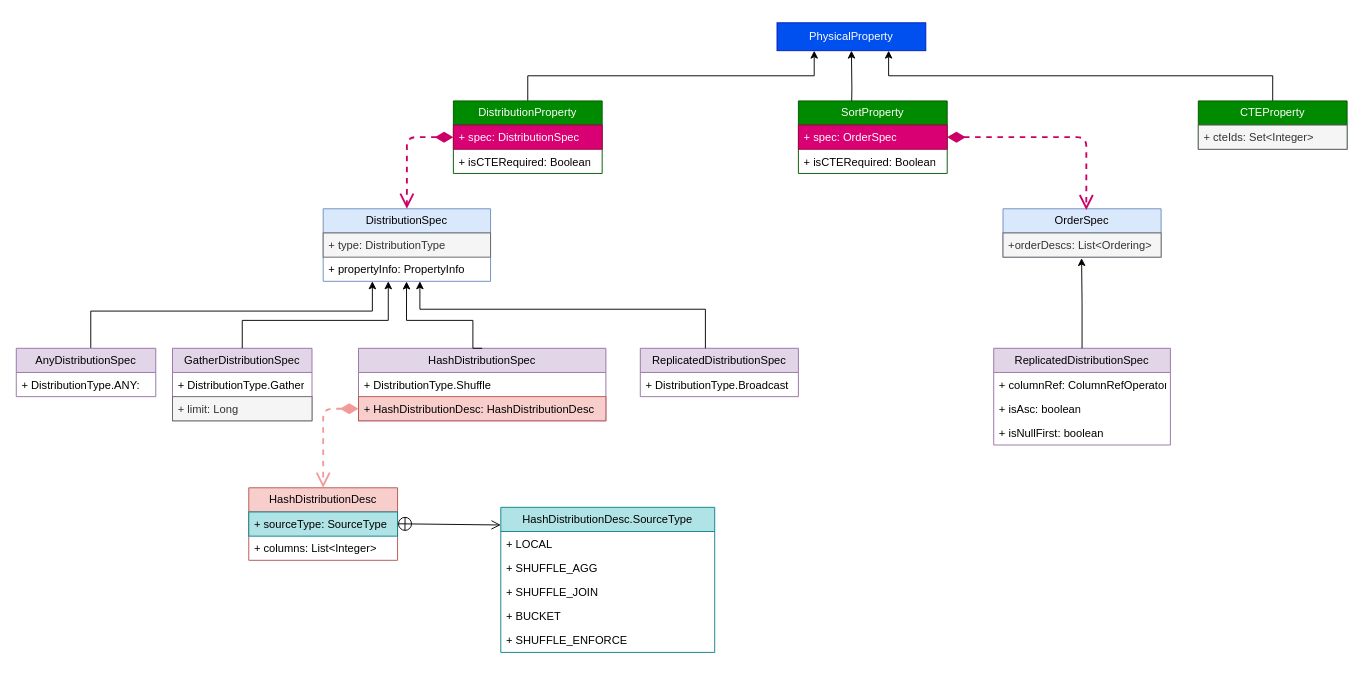
The draw.io diagram StarRocks/CBO/DistributionSpec.drawio in szza/szza.github.io.images, before the edit. Source tidied: cells renumbered, new cells numbered last; positions are measured from the earlier drawing's top-left corner, leaving out a move shared by most shapes. Both pictures are drawn from the tidied source at 93%, with x=0, y=0 at pixel (16, 22).
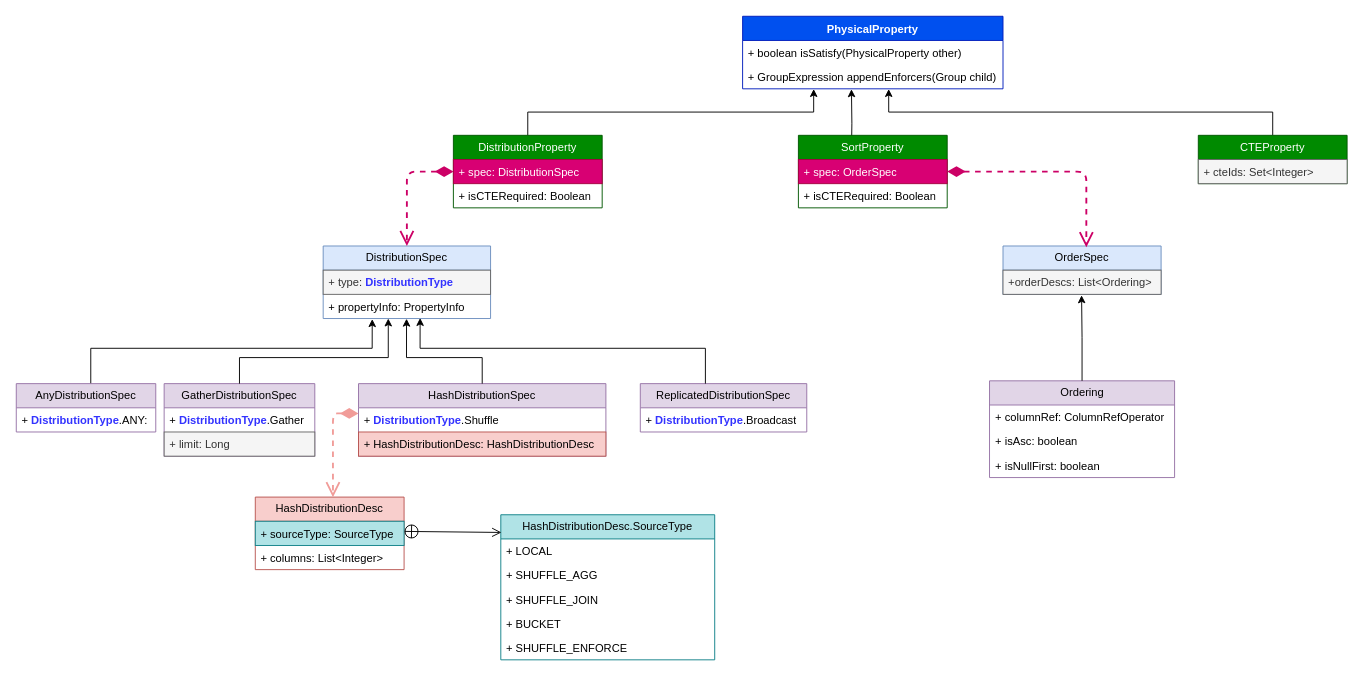
The same page after the edit.

Unchanged cells that the change refers to:
```xml
<mxCell id="12" value="+ HashDistributionDesc:&amp;nbsp;HashDistributionDesc" style="text;strokeColor=#b85450;fillColor=#f8cecc;align=left;verticalAlign=top;spacingLeft=4;spacingRight=4;overflow=hidden;points=[[0,0.5],[1,0.5]];portConstraint=eastwest;whiteSpace=wrap;html=1;" parent="10" vertex="1">
  <mxGeometry y="52" width="266" height="26" as="geometry" />
</mxCell>
<mxCell id="20" value="+ sourceType: SourceType" style="text;strokeColor=#0e8088;fillColor=#b0e3e6;align=left;verticalAlign=top;spacingLeft=4;spacingRight=4;overflow=hidden;points=[[0,0.5],[1,0.5]];portConstraint=eastwest;whiteSpace=wrap;html=1;" parent="19" vertex="1">
  <mxGeometry y="26" width="160" height="26" as="geometry" />
</mxCell>
```

Diff of the diagram source:
```diff
@@
     <mxCell id="2" value="DistributionSpec" style="swimlane;fontStyle=0;horizontal=1;startSize=26;fillColor=#dae8fc;whiteSpace=wrap;html=1;strokeColor=#6c8ebf;" parent="1" vertex="1">
-      <mxGeometry x="330" y="200" width="180" height="78" as="geometry" />
+      <mxGeometry x="330" y="240" width="180" height="78" as="geometry" />
     </mxCell>
-    <mxCell id="3" value="+ type:&amp;nbsp;DistributionType" style="text;strokeColor=#666666;fillColor=#f5f5f5;align=left;verticalAlign=top;spacingLeft=4;spacingRight=4;overflow=hidden;whiteSpace=wrap;html=1;fontColor=#333333;" parent="2" vertex="1">
+    <mxCell id="3" value="+ type:&amp;nbsp;&lt;b style=&quot;border-color: var(--border-color); color: rgb(0, 0, 0);&quot;&gt;&lt;font style=&quot;border-color: var(--border-color);&quot; color=&quot;#3333ff&quot;&gt;DistributionType&lt;/font&gt;&lt;/b&gt;" style="text;strokeColor=#666666;fillColor=#f5f5f5;align=left;verticalAlign=top;spacingLeft=4;spacingRight=4;overflow=hidden;whiteSpace=wrap;html=1;fontColor=#333333;" parent="2" vertex="1">
       <mxGeometry y="26" width="180" height="26" as="geometry" />
     </mxCell>
-    <mxCell id="4" value="+ propertyInfo: PropertyInfo" style="text;strokeColor=none;fillColor=none;align=left;verticalAlign=top;spacingLeft=4;spacingRight=4;overflow=hidden;points=[[0,0.5],[1,0.5]];portConstraint=eastwest;whiteSpace=wrap;html=1;" parent="2" vertex="1">
+    <mxCell id="4" value="+ propertyInfo: PropertyInfo" style="text;align=left;verticalAlign=top;spacingLeft=4;spacingRight=4;overflow=hidden;points=[[0,0.5],[1,0.5]];portConstraint=eastwest;whiteSpace=wrap;html=1;" parent="2" vertex="1">
       <mxGeometry y="52" width="180" height="26" as="geometry" />
     </mxCell>
     <mxCell id="5" value="AnyDistributionSpec" style="swimlane;fontStyle=0;horizontal=1;startSize=26;fillColor=#e1d5e7;whiteSpace=wrap;html=1;strokeColor=#9673a6;" parent="1" vertex="1">
-      <mxGeometry y="350" width="150" height="52" as="geometry" />
+      <mxGeometry y="388" width="150" height="52" as="geometry" />
     </mxCell>
-    <mxCell id="6" value="+ DistributionType.ANY&lt;span style=&quot;background-color: initial;&quot;&gt;:&lt;/span&gt;" style="text;strokeColor=none;fillColor=none;align=left;verticalAlign=top;spacingLeft=4;spacingRight=4;overflow=hidden;whiteSpace=wrap;html=1;" parent="5" vertex="1">
+    <mxCell id="6" value="+ &lt;b&gt;&lt;font color=&quot;#3333ff&quot;&gt;DistributionType&lt;/font&gt;&lt;/b&gt;.ANY&lt;span style=&quot;background-color: initial;&quot;&gt;:&lt;/span&gt;" style="text;strokeColor=none;fillColor=none;align=left;verticalAlign=top;spacingLeft=4;spacingRight=4;overflow=hidden;whiteSpace=wrap;html=1;" parent="5" vertex="1">
       <mxGeometry y="26" width="150" height="26" as="geometry" />
     </mxCell>
     <mxCell id="7" value="GatherDistributionSpec" style="swimlane;fontStyle=0;horizontal=1;startSize=26;fillColor=#e1d5e7;whiteSpace=wrap;html=1;strokeColor=#9673a6;" parent="1" vertex="1">
-      <mxGeometry x="168" y="350" width="150" height="78" as="geometry" />
+      <mxGeometry x="159" y="388" width="162" height="78" as="geometry" />
     </mxCell>
-    <mxCell id="8" value="+ DistributionType.Gather" style="text;strokeColor=none;fillColor=none;align=left;verticalAlign=top;spacingLeft=4;spacingRight=4;overflow=hidden;whiteSpace=wrap;html=1;" parent="7" vertex="1">
-      <mxGeometry y="26" width="150" height="26" as="geometry" />
+    <mxCell id="8" value="+&amp;nbsp;&lt;b style=&quot;border-color: var(--border-color);&quot;&gt;&lt;font style=&quot;border-color: var(--border-color);&quot; color=&quot;#3333ff&quot;&gt;DistributionType&lt;/font&gt;&lt;/b&gt;.Gather" style="text;strokeColor=none;fillColor=none;align=left;verticalAlign=top;spacingLeft=4;spacingRight=4;overflow=hidden;whiteSpace=wrap;html=1;" parent="7" vertex="1">
+      <mxGeometry y="26" width="162" height="26" as="geometry" />
     </mxCell>
     <mxCell id="9" value="+ limit: Long" style="text;strokeColor=#666666;fillColor=#f5f5f5;align=left;verticalAlign=top;spacingLeft=4;spacingRight=4;overflow=hidden;whiteSpace=wrap;html=1;fontColor=#333333;" parent="7" vertex="1">
-      <mxGeometry y="52" width="150" height="26" as="geometry" />
+      <mxGeometry y="52" width="162" height="26" as="geometry" />
     </mxCell>
     <mxCell id="10" value="HashDistributionSpec" style="swimlane;fontStyle=0;horizontal=1;startSize=26;fillColor=#e1d5e7;whiteSpace=wrap;html=1;strokeColor=#9673a6;" parent="1" vertex="1">
-      <mxGeometry x="368" y="350" width="266" height="78" as="geometry" />
+      <mxGeometry x="368" y="388" width="266" height="78" as="geometry" />
     </mxCell>
-    <mxCell id="11" value="+ DistributionType.Shuffle" style="text;strokeColor=none;fillColor=none;align=left;verticalAlign=top;spacingLeft=4;spacingRight=4;overflow=hidden;points=[[0,0.5],[1,0.5]];portConstraint=eastwest;whiteSpace=wrap;html=1;" parent="10" vertex="1">
+    <mxCell id="11" value="+&amp;nbsp;&lt;b style=&quot;border-color: var(--border-color);&quot;&gt;&lt;font style=&quot;border-color: var(--border-color);&quot; color=&quot;#3333ff&quot;&gt;DistributionType&lt;/font&gt;&lt;/b&gt;.Shuffle" style="text;strokeColor=none;fillColor=none;align=left;verticalAlign=top;spacingLeft=4;spacingRight=4;overflow=hidden;points=[[0,0.5],[1,0.5]];portConstraint=eastwest;whiteSpace=wrap;html=1;" parent="10" vertex="1">
       <mxGeometry y="26" width="266" height="26" as="geometry" />
     </mxCell>
@@
     <mxCell id="13" value="ReplicatedDistributionSpec" style="swimlane;fontStyle=0;horizontal=1;startSize=26;fillColor=#e1d5e7;whiteSpace=wrap;html=1;strokeColor=#9673a6;" parent="1" vertex="1">
-      <mxGeometry x="671" y="350" width="170" height="52" as="geometry" />
+      <mxGeometry x="671" y="388" width="179" height="52" as="geometry" />
     </mxCell>
-    <mxCell id="14" value="+ DistributionType.Broadcast" style="text;strokeColor=none;fillColor=none;align=left;verticalAlign=top;spacingLeft=4;spacingRight=4;overflow=hidden;whiteSpace=wrap;html=1;" parent="13" vertex="1">
-      <mxGeometry y="26" width="170" height="26" as="geometry" />
+    <mxCell id="14" value="+&amp;nbsp;&lt;b style=&quot;border-color: var(--border-color);&quot;&gt;&lt;font style=&quot;border-color: var(--border-color);&quot; color=&quot;#3333ff&quot;&gt;DistributionType&lt;/font&gt;&lt;/b&gt;.Broadcast" style="text;strokeColor=none;fillColor=none;align=left;verticalAlign=top;spacingLeft=4;spacingRight=4;overflow=hidden;whiteSpace=wrap;html=1;" parent="13" vertex="1">
+      <mxGeometry y="26" width="179" height="26" as="geometry" />
     </mxCell>
-    <mxCell id="15" style="edgeStyle=orthogonalEdgeStyle;rounded=0;jettySize=auto;html=1;exitX=0.534;exitY=-0.009;exitDx=0;exitDy=0;entryX=0.433;entryY=1.013;entryDx=0;entryDy=0;entryPerimeter=0;exitPerimeter=0;" parent="1" edge="1" source="5">
+    <mxCell id="15" style="edgeStyle=orthogonalEdgeStyle;rounded=0;jettySize=auto;html=1;exitX=0.534;exitY=-0.009;exitDx=0;exitDy=0;exitPerimeter=0;entryX=0.293;entryY=1.025;entryDx=0;entryDy=0;entryPerimeter=0;" parent="1" edge="1" source="5" target="4">
       <mxGeometry relative="1" as="geometry">
-        <mxPoint x="382.9" y="278" as="targetPoint" />
         <Array as="points">
-          <mxPoint x="80" y="310" />
-          <mxPoint x="383" y="310" />
+          <mxPoint x="80" y="350" />
+          <mxPoint x="383" y="350" />
         </Array>
       </mxGeometry>
     </mxCell>
     <mxCell id="16" style="edgeStyle=orthogonalEdgeStyle;rounded=0;jettySize=auto;html=1;exitX=0.5;exitY=0;exitDx=0;exitDy=0;" parent="1" edge="1" source="7" target="4">
       <mxGeometry relative="1" as="geometry">
         <Array as="points">
-          <mxPoint x="243" y="320" />
-          <mxPoint x="400" y="320" />
+          <mxPoint x="240" y="360" />
+          <mxPoint x="400" y="360" />
         </Array>
       </mxGeometry>
     </mxCell>
     <mxCell id="17" style="edgeStyle=orthogonalEdgeStyle;rounded=0;jettySize=auto;html=1;exitX=0.5;exitY=0;exitDx=0;exitDy=0;entryX=0.498;entryY=1.008;entryDx=0;entryDy=0;entryPerimeter=0;" parent="1" edge="1" source="10" target="4">
       <mxGeometry relative="1" as="geometry">
         <Array as="points">
-          <mxPoint x="491" y="350" />
-          <mxPoint x="491" y="320" />
-          <mxPoint x="420" y="320" />
+          <mxPoint x="501" y="360" />
+          <mxPoint x="420" y="360" />
         </Array>
       </mxGeometry>
     </mxCell>
-    <mxCell id="18" style="edgeStyle=orthogonalEdgeStyle;rounded=0;jettySize=auto;html=1;" parent="1" edge="1" source="13">
+    <mxCell id="18" style="edgeStyle=orthogonalEdgeStyle;rounded=0;jettySize=auto;html=1;entryX=0.579;entryY=0.979;entryDx=0;entryDy=0;entryPerimeter=0;" parent="1" edge="1" source="13" target="4">
       <mxGeometry relative="1" as="geometry">
-        <mxPoint x="434" y="278" as="targetPoint" />
         <Array as="points">
-          <mxPoint x="741" y="308" />
-          <mxPoint x="434" y="308" />
+          <mxPoint x="741" y="350" />
+          <mxPoint x="434" y="350" />
         </Array>
       </mxGeometry>
     </mxCell>
     <mxCell id="19" value="HashDistributionDesc" style="swimlane;fontStyle=0;horizontal=1;startSize=26;fillColor=#f8cecc;whiteSpace=wrap;html=1;strokeColor=#b85450;" parent="1" vertex="1">
-      <mxGeometry x="250" y="500" width="160" height="78" as="geometry" />
+      <mxGeometry x="257" y="510" width="160" height="78" as="geometry" />
     </mxCell>
@@
     <mxCell id="22" value="HashDistributionDesc.SourceType" style="swimlane;fontStyle=0;horizontal=1;startSize=26;fillColor=#b0e3e6;whiteSpace=wrap;html=1;strokeColor=#0e8088;" parent="1" vertex="1">
-      <mxGeometry x="521" y="521" width="230" height="156" as="geometry" />
+      <mxGeometry x="521" y="529" width="230" height="156" as="geometry" />
     </mxCell>
@@
-    <mxCell id="28" style="edgeStyle=orthogonalEdgeStyle;rounded=0;jettySize=auto;html=1;exitX=0.5;exitY=0;exitDx=0;exitDy=0;entryX=0.25;entryY=1;entryDx=0;entryDy=0;" parent="1" edge="1" source="29" target="32">
+    <mxCell id="28" style="edgeStyle=orthogonalEdgeStyle;rounded=0;jettySize=auto;html=1;exitX=0.5;exitY=0;exitDx=0;exitDy=0;entryX=0.273;entryY=1.01;entryDx=0;entryDy=0;entryPerimeter=0;" parent="1" edge="1" source="29" target="52">
       <mxGeometry relative="1" as="geometry" />
     </mxCell>
     <mxCell id="29" value="DistributionProperty" style="swimlane;fontStyle=0;horizontal=1;startSize=26;fillColor=#008a00;whiteSpace=wrap;html=1;strokeColor=#005700;fontColor=#ffffff;" parent="1" vertex="1">
-      <mxGeometry x="470" y="84" width="160" height="78" as="geometry" />
+      <mxGeometry x="470" y="121" width="160" height="78" as="geometry" />
     </mxCell>
@@
-    <mxCell id="32" value="PhysicalProperty" style="html=1;whiteSpace=wrap;fillColor=#0050ef;strokeColor=#001DBC;fontColor=#ffffff;" parent="1" vertex="1">
-      <mxGeometry x="818" width="160" height="30" as="geometry" />
-    </mxCell>
-    <mxCell id="33" style="edgeStyle=orthogonalEdgeStyle;rounded=0;jettySize=auto;html=1;exitX=0.5;exitY=0;exitDx=0;exitDy=0;entryX=0.5;entryY=1;entryDx=0;entryDy=0;" parent="1" edge="1" target="32">
+    <mxCell id="33" style="edgeStyle=orthogonalEdgeStyle;rounded=0;jettySize=auto;html=1;exitX=0.5;exitY=0;exitDx=0;exitDy=0;entryX=0.418;entryY=1.018;entryDx=0;entryDy=0;entryPerimeter=0;" parent="1" edge="1" target="52">
       <mxGeometry relative="1" as="geometry">
-        <mxPoint x="898" y="110" as="sourcePoint" />
+        <mxPoint x="898" y="145" as="sourcePoint" />
       </mxGeometry>
     </mxCell>
     <mxCell id="34" value="SortProperty" style="swimlane;fontStyle=0;horizontal=1;startSize=26;fillColor=#008a00;whiteSpace=wrap;html=1;strokeColor=#005700;fontColor=#ffffff;" parent="1" vertex="1">
-      <mxGeometry x="841" y="84" width="160" height="78" as="geometry" />
+      <mxGeometry x="841" y="121" width="160" height="78" as="geometry" />
     </mxCell>
@@
-    <mxCell id="37" style="edgeStyle=orthogonalEdgeStyle;rounded=0;jettySize=auto;html=1;exitX=0.5;exitY=0;exitDx=0;exitDy=0;entryX=0.75;entryY=1;entryDx=0;entryDy=0;" parent="1" edge="1" source="38" target="32">
+    <mxCell id="37" style="edgeStyle=orthogonalEdgeStyle;rounded=0;jettySize=auto;html=1;exitX=0.5;exitY=0;exitDx=0;exitDy=0;entryX=0.561;entryY=1.01;entryDx=0;entryDy=0;entryPerimeter=0;" parent="1" edge="1" source="38" target="52">
       <mxGeometry relative="1" as="geometry" />
     </mxCell>
     <mxCell id="38" value="CTEProperty" style="swimlane;fontStyle=0;horizontal=1;startSize=26;fillColor=#008a00;whiteSpace=wrap;html=1;strokeColor=#005700;fontColor=#ffffff;" parent="1" vertex="1">
-      <mxGeometry x="1271" y="84" width="160" height="52" as="geometry" />
+      <mxGeometry x="1271" y="121" width="160" height="52" as="geometry" />
     </mxCell>
@@
-    <mxCell id="40" style="endArrow=open;html=1;endSize=12;startArrow=diamondThin;startSize=14;startFill=1;edgeStyle=orthogonalEdgeStyle;align=left;verticalAlign=bottom;rounded=1;exitX=0;exitY=0.5;exitDx=0;exitDy=0;dashed=1;strokeColor=#F19C99;strokeWidth=2;" parent="1" edge="1" source="12">
+    <mxCell id="40" style="endArrow=open;html=1;endSize=12;startArrow=diamondThin;startSize=14;startFill=1;edgeStyle=orthogonalEdgeStyle;align=left;verticalAlign=bottom;rounded=1;dashed=1;strokeColor=#F19C99;strokeWidth=2;entryX=0.522;entryY=0.003;entryDx=0;entryDy=0;entryPerimeter=0;" parent="1" edge="1" source="11" target="19">
       <mxGeometry x="-1" y="3" relative="1" as="geometry">
-        <mxPoint x="330" y="500" as="targetPoint" />
         <Array as="points">
-          <mxPoint x="330" y="415" />
+          <mxPoint x="341" y="420" />
         </Array>
       </mxGeometry>
     </mxCell>
     <mxCell id="41" value="OrderSpec" style="swimlane;fontStyle=0;horizontal=1;startSize=26;fillColor=#dae8fc;whiteSpace=wrap;html=1;strokeColor=#6c8ebf;" parent="1" vertex="1">
-      <mxGeometry x="1061" y="200" width="170" height="52" as="geometry" />
+      <mxGeometry x="1061" y="240" width="170" height="52" as="geometry" />
     </mxCell>
@@
-    <mxCell id="43" value="ReplicatedDistributionSpec" style="swimlane;fontStyle=0;horizontal=1;startSize=26;fillColor=#e1d5e7;whiteSpace=wrap;html=1;strokeColor=#9673a6;" parent="1" vertex="1">
-      <mxGeometry x="1051" y="350" width="190" height="104" as="geometry" />
+    <mxCell id="43" value="Ordering" style="swimlane;fontStyle=0;horizontal=1;startSize=26;fillColor=#e1d5e7;whiteSpace=wrap;html=1;strokeColor=#9673a6;" parent="1" vertex="1">
+      <mxGeometry x="1046.5" y="385" width="199" height="104" as="geometry" />
     </mxCell>
     <mxCell id="44" value="+&amp;nbsp;columnRef:&amp;nbsp;ColumnRefOperator" style="text;strokeColor=none;fillColor=none;align=left;verticalAlign=top;spacingLeft=4;spacingRight=4;overflow=hidden;whiteSpace=wrap;html=1;" parent="43" vertex="1">
-      <mxGeometry y="26" width="190" height="26" as="geometry" />
+      <mxGeometry y="26" width="199" height="26" as="geometry" />
     </mxCell>
     <mxCell id="45" value="+&amp;nbsp;isAsc&lt;span style=&quot;background-color: initial;&quot;&gt;:&amp;nbsp;&lt;/span&gt;boolean" style="text;strokeColor=none;fillColor=none;align=left;verticalAlign=top;spacingLeft=4;spacingRight=4;overflow=hidden;whiteSpace=wrap;html=1;" parent="43" vertex="1">
-      <mxGeometry y="52" width="190" height="26" as="geometry" />
+      <mxGeometry y="52" width="199" height="26" as="geometry" />
     </mxCell>
     <mxCell id="46" value="+&amp;nbsp;isNullFirst&lt;span style=&quot;background-color: initial;&quot;&gt;:&amp;nbsp;&lt;/span&gt;boolean" style="text;strokeColor=none;fillColor=none;align=left;verticalAlign=top;spacingLeft=4;spacingRight=4;overflow=hidden;whiteSpace=wrap;html=1;" parent="43" vertex="1">
-      <mxGeometry y="78" width="190" height="26" as="geometry" />
+      <mxGeometry y="78" width="199" height="26" as="geometry" />
     </mxCell>
@@
-    <mxCell id="50" style="endArrow=open;startArrow=circlePlus;endFill=0;startFill=0;endSize=8;html=1;rounded=0;" parent="1" edge="1">
-      <mxGeometry relative="1" as="geometry">
-        <mxPoint x="410" y="538.7" as="sourcePoint" />
-        <mxPoint x="521" y="540" as="targetPoint" />
-      </mxGeometry>
+    <mxCell id="50" style="endArrow=open;startArrow=circlePlus;endFill=0;startFill=0;endSize=8;html=1;rounded=0;exitX=1;exitY=0.419;exitDx=0;exitDy=0;exitPerimeter=0;entryX=0.003;entryY=0.122;entryDx=0;entryDy=0;entryPerimeter=0;" parent="1" edge="1" source="20" target="22">
+      <mxGeometry relative="1" as="geometry" />
     </mxCell>
+    <mxCell id="32" value="PhysicalProperty" style="swimlane;fontStyle=1;align=center;verticalAlign=top;horizontal=1;startSize=26;whiteSpace=wrap;html=1;fillColor=#0050ef;fontColor=#ffffff;strokeColor=#001DBC;" parent="1" vertex="1">
+      <mxGeometry x="781" y="-7" width="280" height="78" as="geometry" />
+    </mxCell>
+    <mxCell id="51" value="+ boolean&amp;nbsp;isSatisfy(PhysicalProperty other)" style="text;strokeColor=none;fillColor=none;align=left;verticalAlign=top;spacingLeft=4;spacingRight=4;overflow=hidden;whiteSpace=wrap;html=1;" parent="32" vertex="1">
+      <mxGeometry y="26" width="280" height="26" as="geometry" />
+    </mxCell>
+    <mxCell id="52" value="+&amp;nbsp;GroupExpression&lt;span style=&quot;background-color: initial;&quot;&gt;&amp;nbsp;&lt;/span&gt;appendEnforcers(Group child)" style="text;strokeColor=none;fillColor=none;align=left;verticalAlign=top;spacingLeft=4;spacingRight=4;overflow=hidden;points=[[0,0.5],[1,0.5]];portConstraint=eastwest;whiteSpace=wrap;html=1;" parent="32" vertex="1">
+      <mxGeometry y="52" width="280" height="26" as="geometry" />
+    </mxCell>
```
